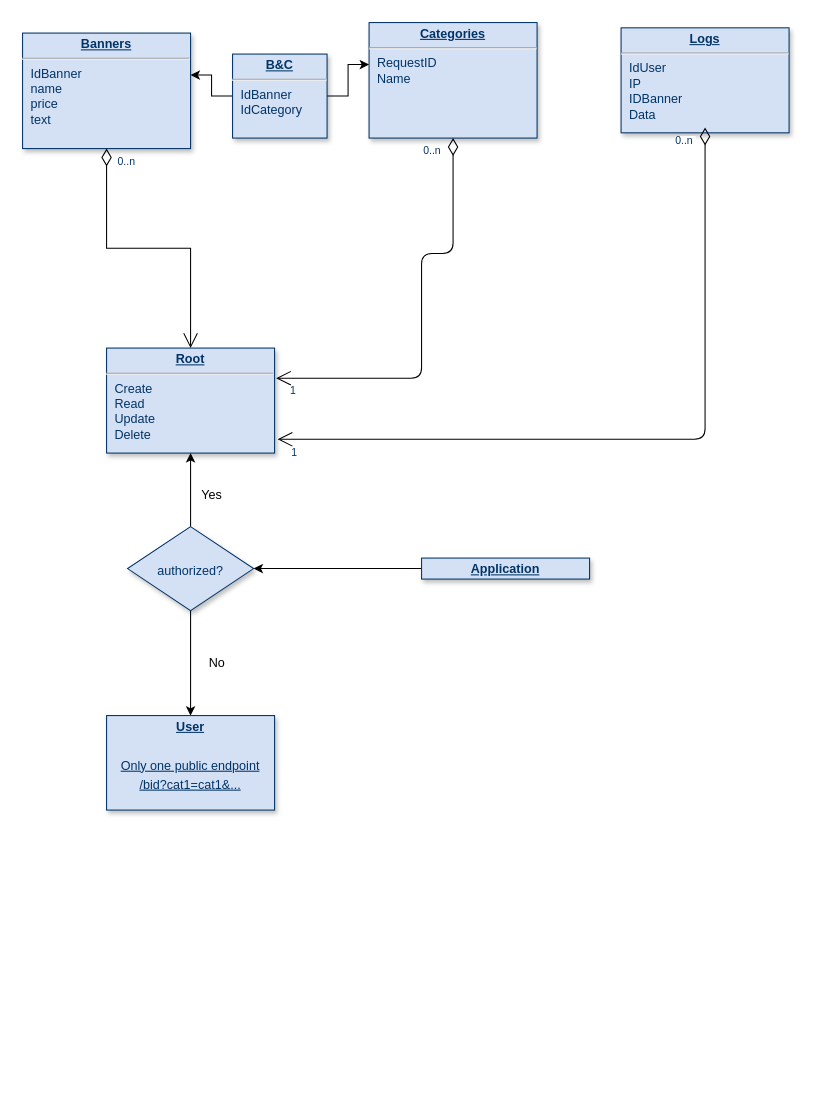
The draw.io diagram Project_view.drawio in DragonFlameStrike/Web-aplication-front-docker-nginx-, before the edit. Source tidied: cells renumbered, new cells numbered last; positions are measured from the earlier drawing's top-left corner, leaving out a move shared by most shapes. Both pictures are drawn from the tidied source at 105%, with x=0, y=0 at pixel (22, 22).
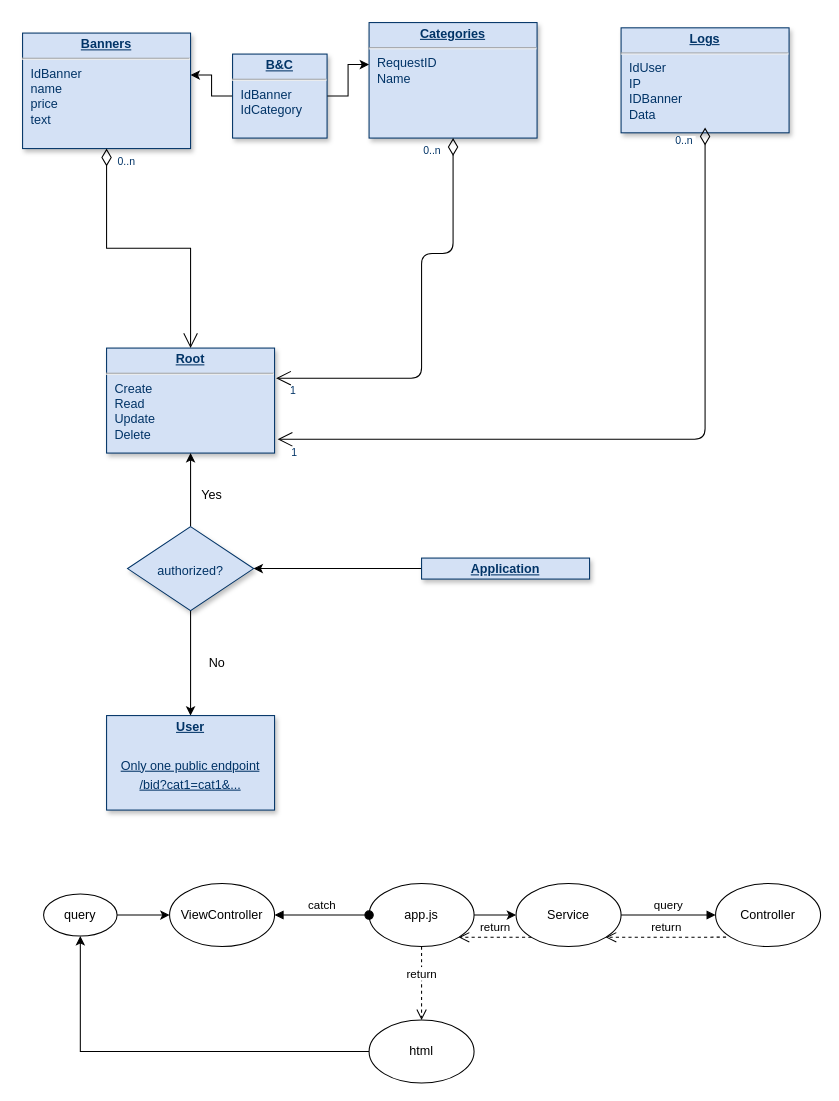
The same page after the edit.

What changed in the source:
```diff
@@
+    <mxCell id="25" style="edgeStyle=orthogonalEdgeStyle;rounded=0;jettySize=auto;html=1;" parent="1" edge="1" source="26" target="27">
+      <mxGeometry relative="1" as="geometry" />
+    </mxCell>
+    <mxCell id="26" value="query" style="ellipse;whiteSpace=wrap;html=1;" parent="1" vertex="1">
+      <mxGeometry x="20" y="830" width="70" height="40" as="geometry" />
+    </mxCell>
+    <mxCell id="27" value="ViewController" style="ellipse;whiteSpace=wrap;html=1;" parent="1" vertex="1">
+      <mxGeometry x="140" y="820" width="100" height="60" as="geometry" />
+    </mxCell>
+    <mxCell id="28" style="edgeStyle=orthogonalEdgeStyle;rounded=0;jettySize=auto;html=1;" parent="1" edge="1" source="29" target="30">
+      <mxGeometry relative="1" as="geometry" />
+    </mxCell>
+    <mxCell id="29" value="app.js" style="ellipse;whiteSpace=wrap;html=1;" parent="1" vertex="1">
+      <mxGeometry x="330" y="820" width="100" height="60" as="geometry" />
+    </mxCell>
+    <mxCell id="30" value="Service" style="ellipse;whiteSpace=wrap;html=1;" parent="1" vertex="1">
+      <mxGeometry x="470" y="820" width="100" height="60" as="geometry" />
+    </mxCell>
+    <mxCell id="31" value="Controller" style="ellipse;whiteSpace=wrap;html=1;" parent="1" vertex="1">
+      <mxGeometry x="660" y="820" width="100" height="60" as="geometry" />
+    </mxCell>
+    <mxCell id="32" style="edgeStyle=orthogonalEdgeStyle;rounded=0;jettySize=auto;html=1;exitX=0;exitY=0.5;exitDx=0;exitDy=0;entryX=0.5;entryY=1;entryDx=0;entryDy=0;" parent="1" edge="1" source="33" target="26">
+      <mxGeometry relative="1" as="geometry" />
+    </mxCell>
+    <mxCell id="33" value="html" style="ellipse;whiteSpace=wrap;html=1;" parent="1" vertex="1">
+      <mxGeometry x="330" y="950" width="100" height="60" as="geometry" />
+    </mxCell>
+    <mxCell id="34" value="return" style="html=1;verticalAlign=bottom;endArrow=open;dashed=1;endSize=8;rounded=0;entryX=0.5;entryY=0;entryDx=0;entryDy=0;exitX=0.5;exitY=1;exitDx=0;exitDy=0;" parent="1" edge="1" source="29" target="33">
+      <mxGeometry relative="1" as="geometry" />
+    </mxCell>
+    <mxCell id="35" value="query" style="html=1;verticalAlign=bottom;endArrow=block;rounded=0;entryX=0;entryY=0.5;entryDx=0;entryDy=0;" parent="1" edge="1" target="31">
+      <mxGeometry relative="1" as="geometry">
+        <mxPoint x="570" y="850" as="sourcePoint" />
+      </mxGeometry>
+    </mxCell>
+    <mxCell id="36" value="return" style="html=1;verticalAlign=bottom;endArrow=open;dashed=1;endSize=8;rounded=0;entryX=1;entryY=1;entryDx=0;entryDy=0;" parent="1" edge="1" target="30">
+      <mxGeometry relative="1" as="geometry">
+        <mxPoint x="670" y="871" as="sourcePoint" />
+      </mxGeometry>
+    </mxCell>
+    <mxCell id="37" value="return" style="html=1;verticalAlign=bottom;endArrow=open;dashed=1;endSize=8;rounded=0;entryX=1;entryY=1;entryDx=0;entryDy=0;exitX=0;exitY=1;exitDx=0;exitDy=0;" parent="1" edge="1" source="30" target="29">
+      <mxGeometry relative="1" as="geometry" />
+    </mxCell>
+    <mxCell id="38" value="catch" style="html=1;verticalAlign=bottom;startArrow=oval;startFill=1;endArrow=block;startSize=8;rounded=0;exitX=0;exitY=0.5;exitDx=0;exitDy=0;entryX=1;entryY=0.5;entryDx=0;entryDy=0;" parent="1" edge="1" source="29" target="27">
+      <mxGeometry relative="1" as="geometry" />
+    </mxCell>
```
